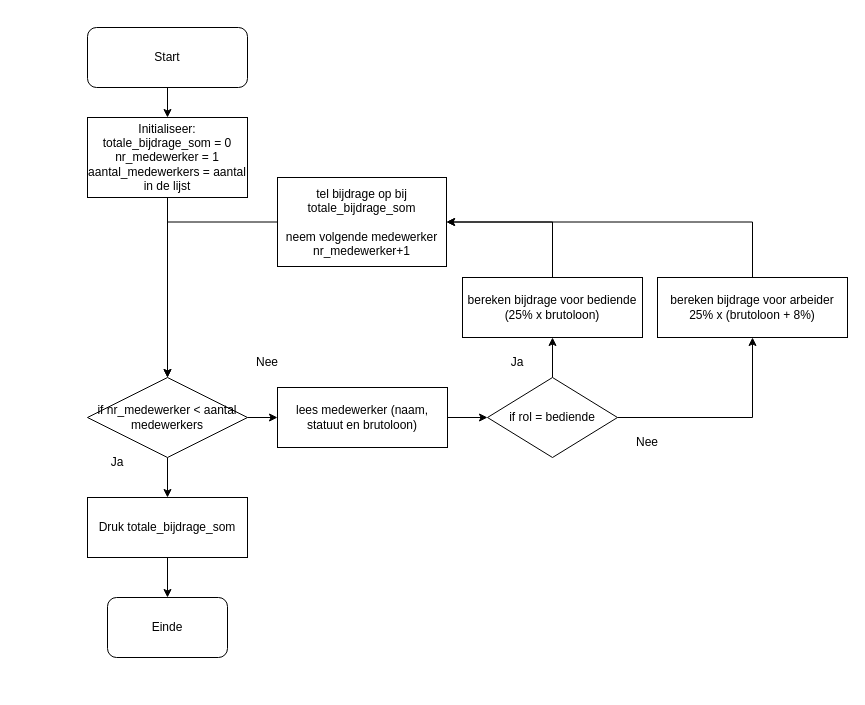
Earlier version of the draw.io diagram ExamenPython_GeertVandezande.drawio (Gvandezande/DrawIO_tekeningen). Source tidied: cells renumbered, new cells numbered last; positions are measured from the earlier drawing's top-left corner, leaving out a move shared by most shapes. Both pictures are drawn from the tidied source at 100%, with x=0, y=0 at pixel (87, 27).
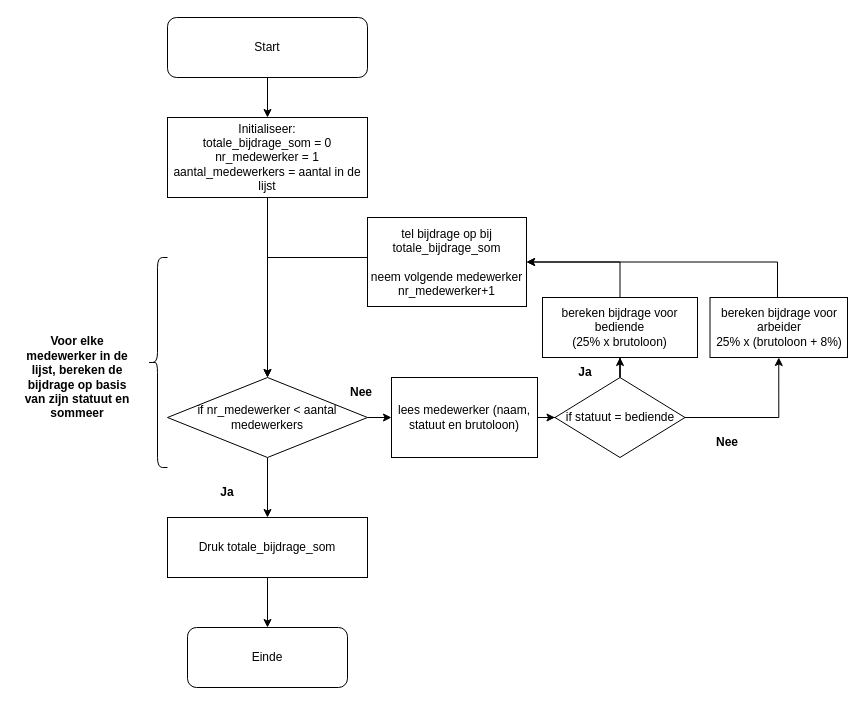
After the change.

Change to the diagram source:
```diff
@@
     <mxCell id="3" value="Start" style="rounded=1;whiteSpace=wrap;html=1;" parent="1" vertex="1">
-      <mxGeometry width="160" height="60" as="geometry" />
+      <mxGeometry x="80" y="-10" width="200" height="60" as="geometry" />
     </mxCell>
@@
     <mxCell id="5" value="&lt;div&gt;Initialiseer:&lt;/div&gt;totale_bijdrage_som = 0&lt;div&gt;nr_medewerker = 1&lt;/div&gt;&lt;div&gt;aantal_medewerkers = aantal in de lijst&lt;/div&gt;" style="rounded=0;whiteSpace=wrap;html=1;" parent="1" vertex="1">
-      <mxGeometry y="90" width="160" height="80" as="geometry" />
+      <mxGeometry x="80" y="90" width="200" height="80" as="geometry" />
     </mxCell>
@@
     <mxCell id="8" value="if nr_medewerker &amp;lt; aantal medewerkers" style="rhombus;whiteSpace=wrap;html=1;" parent="1" vertex="1">
-      <mxGeometry y="350" width="160" height="80" as="geometry" />
+      <mxGeometry x="80" y="350" width="200" height="80" as="geometry" />
     </mxCell>
@@
     <mxCell id="10" value="lees medewerker (naam, statuut en brutoloon)" style="rounded=0;whiteSpace=wrap;html=1;" parent="1" vertex="1">
-      <mxGeometry x="190" y="360" width="170" height="60" as="geometry" />
+      <mxGeometry x="304" y="350" width="146" height="80" as="geometry" />
     </mxCell>
+    <mxCell id="12" style="edgeStyle=orthogonalEdgeStyle;rounded=0;jettySize=auto;html=1;" parent="1" edge="1" source="13" target="17">
+      <mxGeometry relative="1" as="geometry" />
+    </mxCell>
-    <mxCell id="11" style="edgeStyle=orthogonalEdgeStyle;rounded=0;jettySize=auto;html=1;exitX=1;exitY=0.5;exitDx=0;exitDy=0;entryX=0.5;entryY=1;entryDx=0;entryDy=0;" parent="1" edge="1" source="13" target="19">
+    <mxCell id="11" style="edgeStyle=orthogonalEdgeStyle;rounded=0;jettySize=auto;html=1;entryX=0.5;entryY=1;entryDx=0;entryDy=0;" parent="1" edge="1" source="13" target="19">
       <mxGeometry relative="1" as="geometry" />
     </mxCell>
-    <mxCell id="12" style="edgeStyle=orthogonalEdgeStyle;rounded=0;jettySize=auto;html=1;" parent="1" edge="1" source="13" target="17">
-      <mxGeometry relative="1" as="geometry" />
-    </mxCell>
-    <mxCell id="13" value="if rol = bediende" style="rhombus;whiteSpace=wrap;html=1;" parent="1" vertex="1">
-      <mxGeometry x="400" y="350" width="130" height="80" as="geometry" />
+    <mxCell id="13" value="if statuut = bediende" style="rhombus;whiteSpace=wrap;html=1;" parent="1" vertex="1">
+      <mxGeometry x="467.5" y="350" width="130" height="80" as="geometry" />
     </mxCell>
-    <mxCell id="14" value="Nee" style="text;html=1;align=center;verticalAlign=middle;whiteSpace=wrap;rounded=0;" parent="1" vertex="1">
-      <mxGeometry x="150" y="320" width="60" height="30" as="geometry" />
+    <mxCell id="14" value="Nee" style="text;html=1;align=center;verticalAlign=middle;whiteSpace=wrap;rounded=0;fontStyle=1;" parent="1" vertex="1">
+      <mxGeometry x="244" y="350" width="60" height="30" as="geometry" />
     </mxCell>
-    <mxCell id="15" value="Ja" style="text;html=1;align=center;verticalAlign=middle;whiteSpace=wrap;rounded=0;" parent="1" vertex="1">
-      <mxGeometry y="420" width="60" height="30" as="geometry" />
+    <mxCell id="15" value="Ja" style="text;html=1;align=center;verticalAlign=middle;whiteSpace=wrap;rounded=0;fontStyle=1;" parent="1" vertex="1">
+      <mxGeometry x="110" y="450" width="60" height="30" as="geometry" />
     </mxCell>
-    <mxCell id="16" style="edgeStyle=orthogonalEdgeStyle;rounded=0;jettySize=auto;html=1;exitX=0.5;exitY=0;exitDx=0;exitDy=0;entryX=1;entryY=0.5;entryDx=0;entryDy=0;" parent="1" edge="1" source="17" target="22">
+    <mxCell id="16" style="edgeStyle=orthogonalEdgeStyle;rounded=0;jettySize=auto;html=1;exitX=0.5;exitY=0;exitDx=0;exitDy=0;" parent="1" edge="1" source="17" target="22">
       <mxGeometry relative="1" as="geometry" />
     </mxCell>
     <mxCell id="17" value="bereken bijdrage voor bediende&lt;div&gt;(25% x brutoloon)&lt;/div&gt;" style="rounded=0;whiteSpace=wrap;html=1;" parent="1" vertex="1">
-      <mxGeometry x="375" y="250" width="180" height="60" as="geometry" />
+      <mxGeometry x="455" y="270" width="155" height="60" as="geometry" />
     </mxCell>
     <mxCell id="18" style="edgeStyle=orthogonalEdgeStyle;rounded=0;jettySize=auto;html=1;exitX=0.5;exitY=0;exitDx=0;exitDy=0;entryX=1;entryY=0.5;entryDx=0;entryDy=0;" parent="1" edge="1" source="19" target="22">
-      <mxGeometry relative="1" as="geometry" />
+      <mxGeometry relative="1" as="geometry">
+        <Array as="points">
+          <mxPoint x="690" y="270" />
+          <mxPoint x="690" y="235" />
+        </Array>
+      </mxGeometry>
     </mxCell>
     <mxCell id="19" value="bereken bijdrage voor arbeider&lt;div&gt;25% x (brutoloon + 8%)&lt;/div&gt;" style="rounded=0;whiteSpace=wrap;html=1;" parent="1" vertex="1">
-      <mxGeometry x="570" y="250" width="190" height="60" as="geometry" />
+      <mxGeometry x="622.5" y="270" width="137.5" height="60" as="geometry" />
     </mxCell>
-    <mxCell id="20" value="Nee" style="text;html=1;align=center;verticalAlign=middle;whiteSpace=wrap;rounded=0;" parent="1" vertex="1">
-      <mxGeometry x="530" y="400" width="60" height="30" as="geometry" />
+    <mxCell id="20" value="Nee" style="text;html=1;align=center;verticalAlign=middle;whiteSpace=wrap;rounded=0;fontStyle=1;" parent="1" vertex="1">
+      <mxGeometry x="610" y="400" width="60" height="30" as="geometry" />
     </mxCell>
     <mxCell id="21" style="edgeStyle=orthogonalEdgeStyle;rounded=0;jettySize=auto;html=1;entryX=0.5;entryY=0;entryDx=0;entryDy=0;" parent="1" edge="1" source="22" target="8">
-      <mxGeometry relative="1" as="geometry" />
+      <mxGeometry relative="1" as="geometry">
+        <Array as="points">
+          <mxPoint x="180" y="230" />
+        </Array>
+      </mxGeometry>
     </mxCell>
     <mxCell id="22" value="tel bijdrage op bij totale_bijdrage_som&lt;div&gt;&lt;br&gt;&lt;div&gt;neem volgende medewerker&lt;div&gt;nr_medewerker+1&lt;/div&gt;&lt;/div&gt;&lt;/div&gt;" style="rounded=0;whiteSpace=wrap;html=1;" parent="1" vertex="1">
-      <mxGeometry x="190" y="150" width="169" height="89" as="geometry" />
+      <mxGeometry x="280" y="190" width="159" height="89" as="geometry" />
     </mxCell>
@@
     <mxCell id="24" value="Druk totale_bijdrage_som" style="rounded=0;whiteSpace=wrap;html=1;" parent="1" vertex="1">
-      <mxGeometry y="470" width="160" height="60" as="geometry" />
+      <mxGeometry x="80" y="490" width="200" height="60" as="geometry" />
     </mxCell>
     <mxCell id="25" value="Einde" style="rounded=1;whiteSpace=wrap;html=1;" parent="1" vertex="1">
-      <mxGeometry x="20" y="570" width="120" height="60" as="geometry" />
+      <mxGeometry x="100" y="600" width="160" height="60" as="geometry" />
     </mxCell>
-    <mxCell id="26" value="Ja" style="text;html=1;align=center;verticalAlign=middle;whiteSpace=wrap;rounded=0;" parent="1" vertex="1">
-      <mxGeometry x="400" y="320" width="60" height="30" as="geometry" />
+    <mxCell id="26" value="Ja" style="text;html=1;align=center;verticalAlign=middle;whiteSpace=wrap;rounded=0;fontStyle=1;" parent="1" vertex="1">
+      <mxGeometry x="467.5" y="330" width="60" height="30" as="geometry" />
     </mxCell>
+    <mxCell id="27" style="shape=curlyBracket;whiteSpace=wrap;html=1;rounded=1;labelPosition=left;verticalLabelPosition=middle;align=right;verticalAlign=middle;" parent="1" vertex="1">
+      <mxGeometry x="60" y="230" width="20" height="210" as="geometry" />
+    </mxCell>
+    <mxCell id="28" value="Voor elke medewerker in de lijst, bereken de bijdrage op basis van zijn statuut en sommeer" style="text;html=1;align=center;verticalAlign=middle;whiteSpace=wrap;rounded=0;fontStyle=1;" parent="1" vertex="1">
+      <mxGeometry x="-70" y="270" width="120" height="160" as="geometry" />
+    </mxCell>
```
